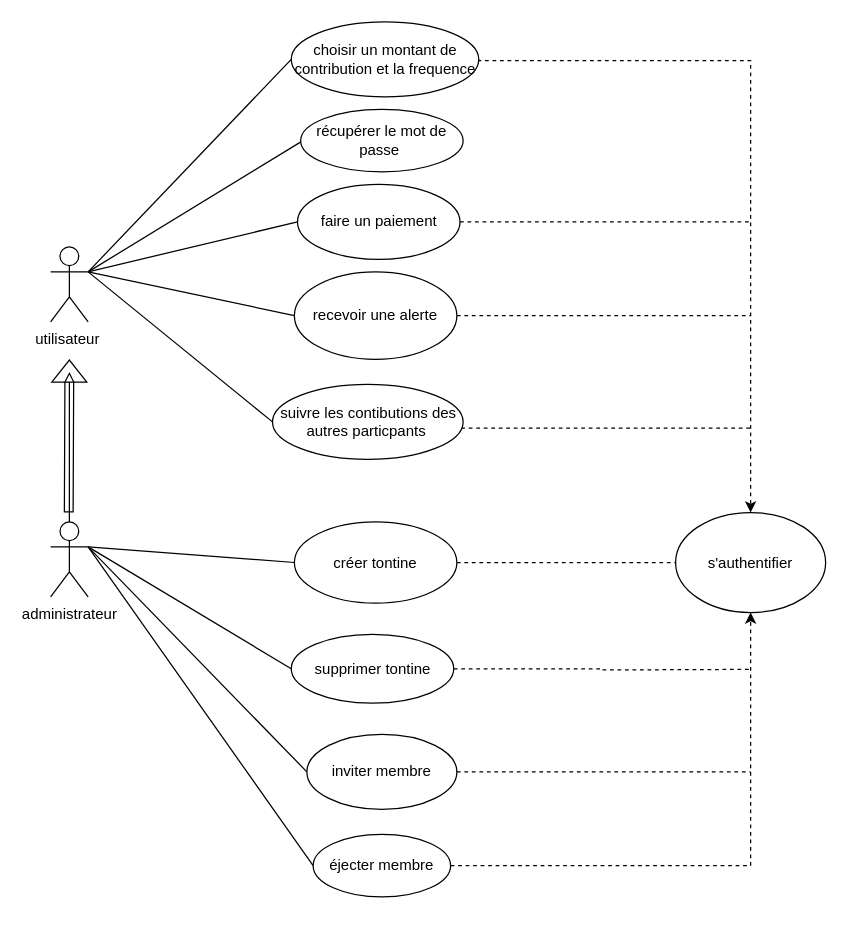
This is Diagramme sans nom.drawio from LaetyA/blockchain_tp1, a draw.io file, before an edit. Source tidied: cells renumbered, new cells numbered last; positions are measured from the earlier drawing's top-left corner, leaving out a move shared by most shapes. Both pictures are drawn from the tidied source at 125%, with x=0, y=0 at pixel (50, 21).
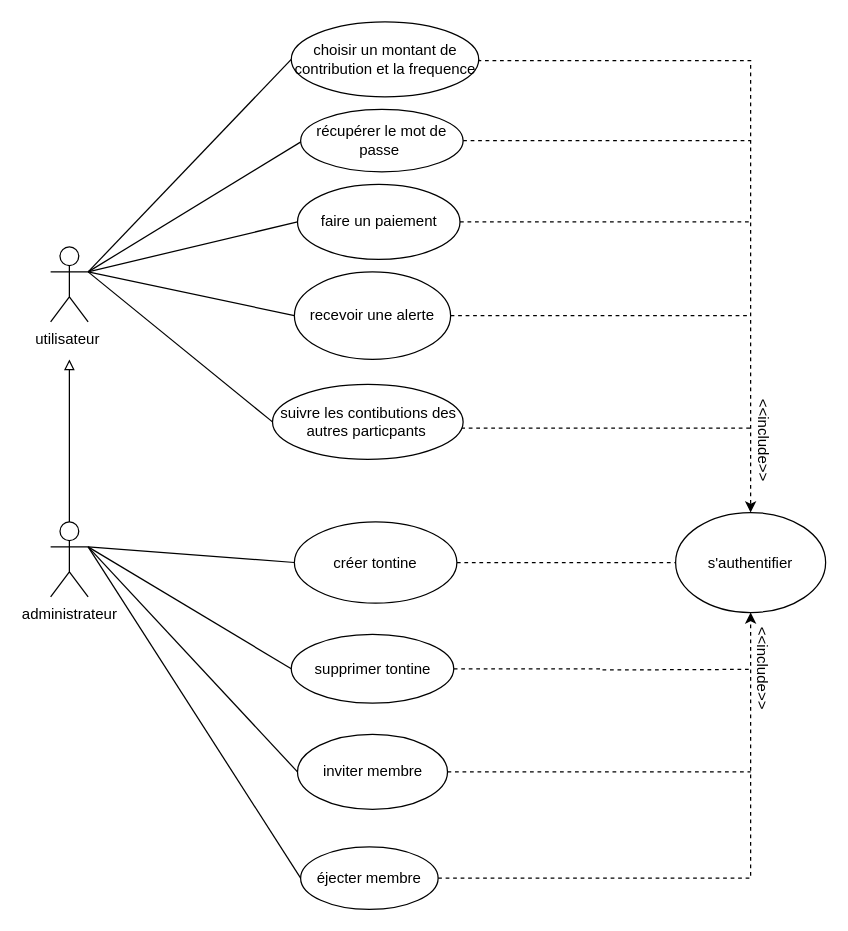
Above is the later version.

The change refers to these unchanged cells:
```xml
<mxCell id="6" value="récupérer le mot de passe&amp;nbsp;" style="ellipse;whiteSpace=wrap;html=1;" parent="1" vertex="1">
  <mxGeometry x="200" y="70" width="130" height="50" as="geometry" />
</mxCell>
<mxCell id="16" value="administrateur&lt;div&gt;&lt;br&gt;&lt;/div&gt;" style="shape=umlActor;verticalLabelPosition=bottom;verticalAlign=top;html=1;outlineConnect=0;" parent="1" vertex="1">
  <mxGeometry y="400" width="30" height="60" as="geometry" />
</mxCell>
```

The edit, as a diff of the source:
```diff
@@
+    <mxCell id="33" style="edgeStyle=orthogonalEdgeStyle;rounded=0;jettySize=auto;html=1;exitX=1;exitY=0.5;exitDx=0;exitDy=0;dashed=1;endArrow=none;endFill=0;" parent="1" edge="1" source="6">
+      <mxGeometry relative="1" as="geometry">
+        <mxPoint x="560" y="95" as="targetPoint" />
+      </mxGeometry>
+    </mxCell>
@@
     <mxCell id="12" value="recevoir une alerte" style="ellipse;whiteSpace=wrap;html=1;" parent="1" vertex="1">
-      <mxGeometry x="195" y="200" width="130" height="70" as="geometry" />
+      <mxGeometry x="195" y="200" width="125" height="70" as="geometry" />
     </mxCell>
@@
+    <mxCell id="34" style="edgeStyle=orthogonalEdgeStyle;rounded=0;jettySize=auto;html=1;exitX=0.5;exitY=0;exitDx=0;exitDy=0;exitPerimeter=0;endArrow=block;endFill=0;" parent="1" edge="1" source="16">
+      <mxGeometry relative="1" as="geometry">
+        <mxPoint x="15" y="270" as="targetPoint" />
+      </mxGeometry>
+    </mxCell>
@@
-    <mxCell id="15" style="edgeStyle=orthogonalEdgeStyle;rounded=0;jettySize=auto;html=1;exitX=0.5;exitY=0;exitDx=0;exitDy=0;exitPerimeter=0;endArrow=block;endFill=0;" parent="1" edge="1" source="16">
-      <mxGeometry relative="1" as="geometry">
-        <mxPoint x="15" y="280" as="targetPoint" />
-      </mxGeometry>
-    </mxCell>
@@
     <mxCell id="23" value="inviter membre" style="ellipse;whiteSpace=wrap;html=1;" parent="1" vertex="1">
-      <mxGeometry x="205" y="570" width="120" height="60" as="geometry" />
+      <mxGeometry x="197.5" y="570" width="120" height="60" as="geometry" />
     </mxCell>
@@
     <mxCell id="26" value="éjecter membre" style="ellipse;whiteSpace=wrap;html=1;" parent="1" vertex="1">
-      <mxGeometry x="210" y="650" width="110" height="50" as="geometry" />
+      <mxGeometry x="200" y="660" width="110" height="50" as="geometry" />
     </mxCell>
@@
-    <mxCell id="32" style="shape=flexArrow;endArrow=classic;html=1;rounded=0;width=7;endSize=5.56;" parent="1" edge="1">
-      <mxGeometry relative="1" as="geometry">
-        <mxPoint x="14.5" y="392.5" as="sourcePoint" />
-        <mxPoint x="15" y="270" as="targetPoint" />
-      </mxGeometry>
-    </mxCell>
+    <mxCell id="35" value="&amp;lt;&amp;lt;include&amp;gt;&amp;gt;" style="text;html=1;align=center;verticalAlign=middle;whiteSpace=wrap;rounded=0;rotation=90;" parent="1" vertex="1">
+      <mxGeometry x="540" y="320" width="60" height="30" as="geometry" />
+    </mxCell>
+    <mxCell id="36" value="&amp;lt;&amp;lt;include&amp;gt;&amp;gt;" style="text;html=1;align=center;verticalAlign=middle;whiteSpace=wrap;rounded=0;rotation=90;" parent="1" vertex="1">
+      <mxGeometry x="540" y="502.5" width="60" height="30" as="geometry" />
+    </mxCell>
```
